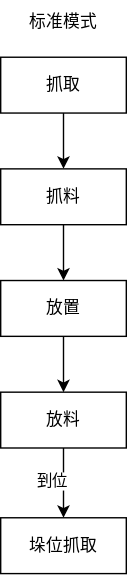
The draw.io diagram drawio/易码流程图.svg in Stolorzs/Picgo, before a commit. Source tidied: cells renumbered, new cells last; positions are measured from the earlier drawing's top-left corner, leaving out a move shared by most shapes.
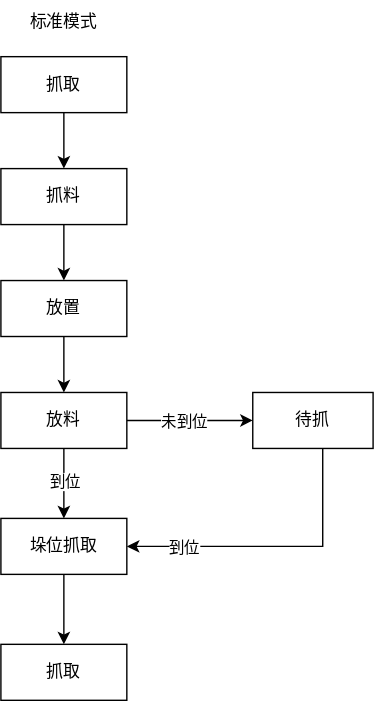
Above is the later version.

Commit message:
更新易码流程图.svg

The edit, as a diff of the source:
```diff
@@ -27,13 +27,44 @@
       <mxGeometry relative="1" as="geometry" />
     </mxCell>
     <mxCell id="10" value="到位" style="edgeLabel;html=1;align=center;verticalAlign=middle;" parent="9" vertex="1">
-      <mxGeometry x="-0.09" y="-9" relative="1" as="geometry" />
+      <mxGeometry x="-0.09" y="-9" relative="1" as="geometry">
+        <mxPoint x="9" as="offset" />
+      </mxGeometry>
     </mxCell>
+    <mxCell id="13" style="edgeStyle=orthogonalEdgeStyle;rounded=0;jettySize=auto;html=1;" parent="1" edge="1" source="11" target="18">
+      <mxGeometry relative="1" as="geometry" />
+    </mxCell>
+    <mxCell id="14" value="未到位" style="edgeLabel;html=1;align=center;verticalAlign=middle;" parent="13" vertex="1">
+      <mxGeometry x="0.28" y="-5" relative="1" as="geometry">
+        <mxPoint x="-18" y="-5" as="offset" />
+      </mxGeometry>
+    </mxCell>
     <mxCell id="11" value="放料" style="rounded=0;whiteSpace=wrap;html=1;" parent="1" vertex="1">
       <mxGeometry y="280" width="90" height="40" as="geometry" />
     </mxCell>
+    <mxCell id="15" style="edgeStyle=orthogonalEdgeStyle;rounded=0;jettySize=auto;html=1;entryX=0.5;entryY=0;entryDx=0;entryDy=0;" parent="1" edge="1" source="12" target="19">
+      <mxGeometry relative="1" as="geometry" />
+    </mxCell>
     <mxCell id="12" value="垛位抓取" style="rounded=0;whiteSpace=wrap;html=1;" parent="1" vertex="1">
       <mxGeometry y="370" width="90" height="40" as="geometry" />
     </mxCell>
+    <mxCell id="16" style="edgeStyle=orthogonalEdgeStyle;rounded=0;jettySize=auto;html=1;entryX=1;entryY=0.5;entryDx=0;entryDy=0;" parent="1" edge="1" source="18" target="12">
+      <mxGeometry relative="1" as="geometry">
+        <Array as="points">
+          <mxPoint x="230" y="390" />
+        </Array>
+      </mxGeometry>
+    </mxCell>
+    <mxCell id="17" value="到位" style="edgeLabel;html=1;align=center;verticalAlign=middle;" parent="16" vertex="1">
+      <mxGeometry x="0.02" y="4" relative="1" as="geometry">
+        <mxPoint x="-63" y="-4" as="offset" />
+      </mxGeometry>
+    </mxCell>
+    <mxCell id="18" value="待抓" style="rounded=0;whiteSpace=wrap;html=1;" parent="1" vertex="1">
+      <mxGeometry x="180" y="280" width="86" height="40" as="geometry" />
+    </mxCell>
+    <mxCell id="19" value="抓取" style="rounded=0;whiteSpace=wrap;html=1;" parent="1" vertex="1">
+      <mxGeometry y="460" width="90" height="40" as="geometry" />
+    </mxCell>
   </root>
 </mxGraphModel>
```
